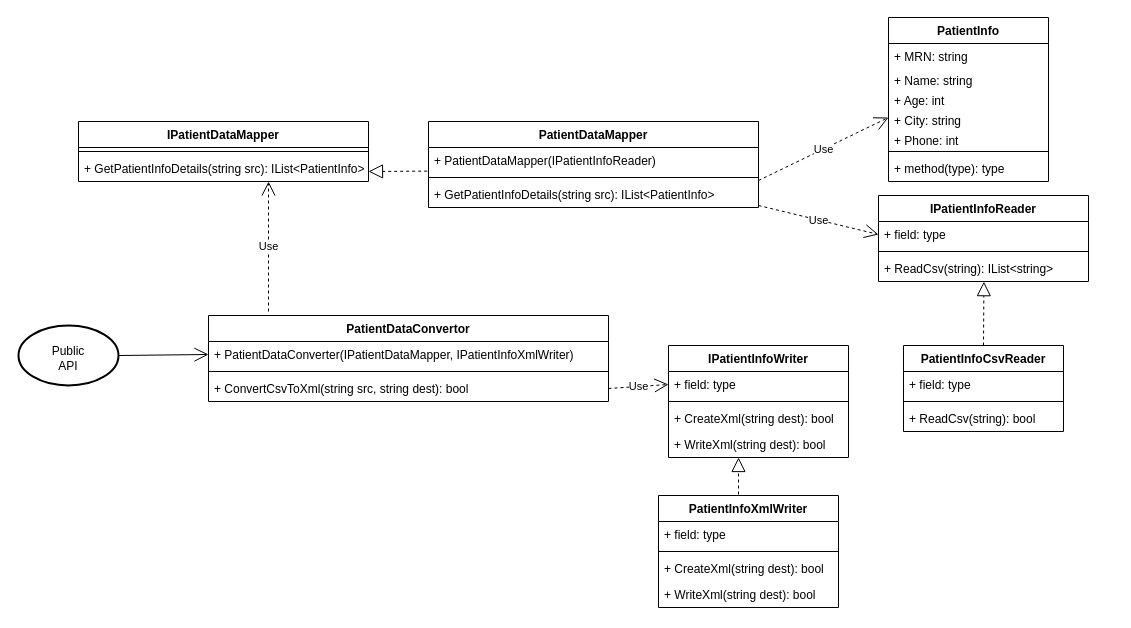
Above: CsvToXmlConverter.drawio in rahulkshirasagar/DesignPatterns (draw.io), before the change. Source tidied: cells renumbered, new cells numbered last; positions are measured from the earlier drawing's top-left corner, leaving out a move shared by most shapes. Both pictures are drawn from the tidied source at 100%, with x=0, y=0 at pixel (18, 17).
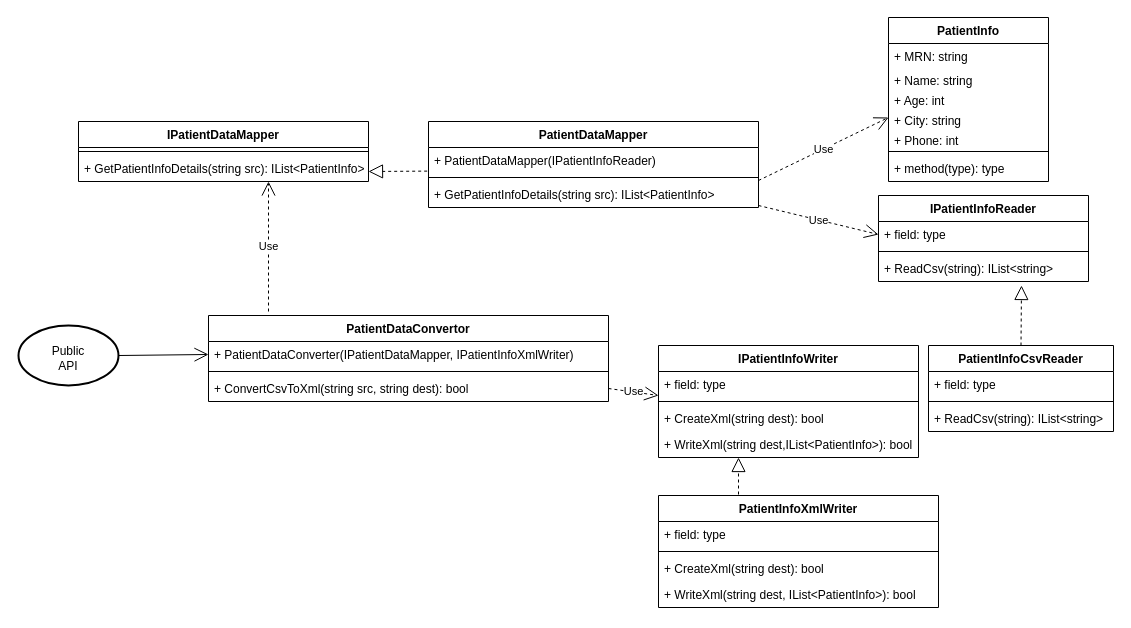
The same diagram, later.

Unchanged cells that the change refers to:
```xml
<mxCell id="23" value="+ ConvertCsvToXml(string src, string dest): bool" style="text;strokeColor=none;fillColor=none;align=left;verticalAlign=top;spacingLeft=4;spacingRight=4;overflow=hidden;points=[[0,0.5],[1,0.5]];portConstraint=eastwest;" parent="20" vertex="1">
  <mxGeometry y="60" width="400" height="26" as="geometry" />
</mxCell>
<mxCell id="34" value="+ ReadCsv(string): IList&lt;string&gt;" style="text;strokeColor=none;fillColor=none;align=left;verticalAlign=top;spacingLeft=4;spacingRight=4;overflow=hidden;points=[[0,0.5],[1,0.5]];portConstraint=eastwest;" parent="30" vertex="1">
  <mxGeometry y="60" width="210" height="26" as="geometry" />
</mxCell>
```

Diff of the diagram source:
```diff
@@
     <mxCell id="11" value="PatientInfoCsvReader" style="swimlane;fontStyle=1;align=center;verticalAlign=top;horizontal=1;startSize=26;" parent="1" vertex="1">
-      <mxGeometry x="885" y="328" width="160" height="86" as="geometry" />
+      <mxGeometry x="910" y="328" width="185" height="86" as="geometry" />
     </mxCell>
     <mxCell id="12" value="+ field: type" style="text;strokeColor=none;fillColor=none;align=left;verticalAlign=top;spacingLeft=4;spacingRight=4;overflow=hidden;" parent="11" vertex="1">
-      <mxGeometry y="26" width="160" height="26" as="geometry" />
+      <mxGeometry y="26" width="185" height="26" as="geometry" />
     </mxCell>
     <mxCell id="13" style="line;strokeWidth=1;fillColor=none;align=left;verticalAlign=middle;spacingTop=-1;spacingLeft=3;spacingRight=3;labelPosition=right;" parent="11" vertex="1">
-      <mxGeometry y="52" width="160" height="8" as="geometry" />
+      <mxGeometry y="52" width="185" height="8" as="geometry" />
     </mxCell>
-    <mxCell id="14" value="+ ReadCsv(string): bool" style="text;strokeColor=none;fillColor=none;align=left;verticalAlign=top;spacingLeft=4;spacingRight=4;overflow=hidden;" parent="11" vertex="1">
-      <mxGeometry y="60" width="160" height="26" as="geometry" />
+    <mxCell id="14" value="+ ReadCsv(string): IList&lt;string&gt;" style="text;strokeColor=none;fillColor=none;align=left;verticalAlign=top;spacingLeft=4;spacingRight=4;overflow=hidden;" parent="11" vertex="1">
+      <mxGeometry y="60" width="185" height="26" as="geometry" />
     </mxCell>
     <mxCell id="15" value="PatientInfoXmlWriter" style="swimlane;fontStyle=1;align=center;verticalAlign=top;horizontal=1;startSize=26;" parent="1" vertex="1">
-      <mxGeometry x="640" y="478" width="180" height="112" as="geometry" />
+      <mxGeometry x="640" y="478" width="280" height="112" as="geometry" />
     </mxCell>
     <mxCell id="16" value="+ field: type" style="text;strokeColor=none;fillColor=none;align=left;verticalAlign=top;spacingLeft=4;spacingRight=4;overflow=hidden;" parent="15" vertex="1">
-      <mxGeometry y="26" width="180" height="26" as="geometry" />
+      <mxGeometry y="26" width="280" height="26" as="geometry" />
     </mxCell>
     <mxCell id="17" style="line;strokeWidth=1;fillColor=none;align=left;verticalAlign=middle;spacingTop=-1;spacingLeft=3;spacingRight=3;labelPosition=right;" parent="15" vertex="1">
-      <mxGeometry y="52" width="180" height="8" as="geometry" />
+      <mxGeometry y="52" width="280" height="8" as="geometry" />
     </mxCell>
     <mxCell id="18" value="+ CreateXml(string dest): bool" style="text;strokeColor=none;fillColor=none;align=left;verticalAlign=top;spacingLeft=4;spacingRight=4;overflow=hidden;" parent="15" vertex="1">
-      <mxGeometry y="60" width="180" height="26" as="geometry" />
+      <mxGeometry y="60" width="280" height="26" as="geometry" />
     </mxCell>
-    <mxCell id="19" value="+ WriteXml(string dest): bool" style="text;strokeColor=none;fillColor=none;align=left;verticalAlign=top;spacingLeft=4;spacingRight=4;overflow=hidden;" parent="15" vertex="1">
-      <mxGeometry y="86" width="180" height="26" as="geometry" />
+    <mxCell id="19" value="+ WriteXml(string dest, IList&lt;PatientInfo&gt;): bool" style="text;strokeColor=none;fillColor=none;align=left;verticalAlign=top;spacingLeft=4;spacingRight=4;overflow=hidden;" parent="15" vertex="1">
+      <mxGeometry y="86" width="280" height="26" as="geometry" />
     </mxCell>
@@
     <mxCell id="35" value="IPatientInfoWriter" style="swimlane;fontStyle=1;align=center;verticalAlign=top;horizontal=1;startSize=26;" parent="1" vertex="1">
-      <mxGeometry x="650" y="328" width="180" height="112" as="geometry" />
+      <mxGeometry x="640" y="328" width="260" height="112" as="geometry" />
     </mxCell>
     <mxCell id="36" value="+ field: type" style="text;strokeColor=none;fillColor=none;align=left;verticalAlign=top;spacingLeft=4;spacingRight=4;overflow=hidden;points=[[0,0.5],[1,0.5]];portConstraint=eastwest;" parent="35" vertex="1">
-      <mxGeometry y="26" width="180" height="26" as="geometry" />
+      <mxGeometry y="26" width="260" height="26" as="geometry" />
     </mxCell>
     <mxCell id="37" style="line;strokeWidth=1;fillColor=none;align=left;verticalAlign=middle;spacingTop=-1;spacingLeft=3;spacingRight=3;labelPosition=right;" parent="35" vertex="1">
-      <mxGeometry y="52" width="180" height="8" as="geometry" />
+      <mxGeometry y="52" width="260" height="8" as="geometry" />
     </mxCell>
     <mxCell id="38" value="+ CreateXml(string dest): bool" style="text;strokeColor=none;fillColor=none;align=left;verticalAlign=top;spacingLeft=4;spacingRight=4;overflow=hidden;" parent="35" vertex="1">
-      <mxGeometry y="60" width="180" height="26" as="geometry" />
+      <mxGeometry y="60" width="260" height="26" as="geometry" />
     </mxCell>
-    <mxCell id="39" value="+ WriteXml(string dest): bool" style="text;strokeColor=none;fillColor=none;align=left;verticalAlign=top;spacingLeft=4;spacingRight=4;overflow=hidden;" parent="35" vertex="1">
-      <mxGeometry y="86" width="180" height="26" as="geometry" />
+    <mxCell id="39" value="+ WriteXml(string dest,IList&lt;PatientInfo&gt;): bool" style="text;strokeColor=none;fillColor=none;align=left;verticalAlign=top;spacingLeft=4;spacingRight=4;overflow=hidden;" parent="35" vertex="1">
+      <mxGeometry y="86" width="260" height="26" as="geometry" />
     </mxCell>
-    <mxCell id="40" style="endArrow=block;dashed=1;endFill=0;endSize=12;html=1;exitX=0.5;exitY=0;exitDx=0;exitDy=0;entryX=0.502;entryY=1.006;entryDx=0;entryDy=0;entryPerimeter=0;" parent="1" edge="1" source="11" target="34">
-      <mxGeometry relative="1" as="geometry" />
+    <mxCell id="40" style="endArrow=block;dashed=1;endFill=0;endSize=12;html=1;exitX=0.5;exitY=0;exitDx=0;exitDy=0;" parent="1" edge="1" source="11">
+      <mxGeometry relative="1" as="geometry">
+        <mxPoint x="1003" y="268" as="targetPoint" />
+      </mxGeometry>
     </mxCell>
@@
-    <mxCell id="43" value="Use" style="endArrow=open;endSize=12;dashed=1;html=1;exitX=1;exitY=0.5;exitDx=0;exitDy=0;entryX=0;entryY=0.5;entryDx=0;entryDy=0;" parent="1" edge="1" source="23" target="36">
-      <mxGeometry relative="1" as="geometry" />
+    <mxCell id="43" value="Use" style="endArrow=open;endSize=12;dashed=1;html=1;exitX=1;exitY=0.5;exitDx=0;exitDy=0;" parent="1" edge="1" source="23">
+      <mxGeometry relative="1" as="geometry">
+        <mxPoint x="640" y="378" as="targetPoint" />
+      </mxGeometry>
     </mxCell>
```
